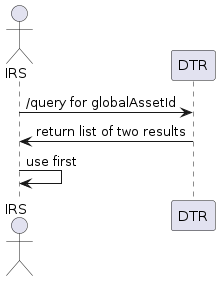
The PlantUML diagram docs/assets/arc42/arc42_041.png in catenax-ng/tx-item-relationship-service, before a commit. Source of this version:
```plantuml
@startuml
actor IRS
participant DTR

IRS -> DTR: /query for globalAssetId
DTR -> IRS: return list of two results
IRS -> IRS: use first
@enduml
```
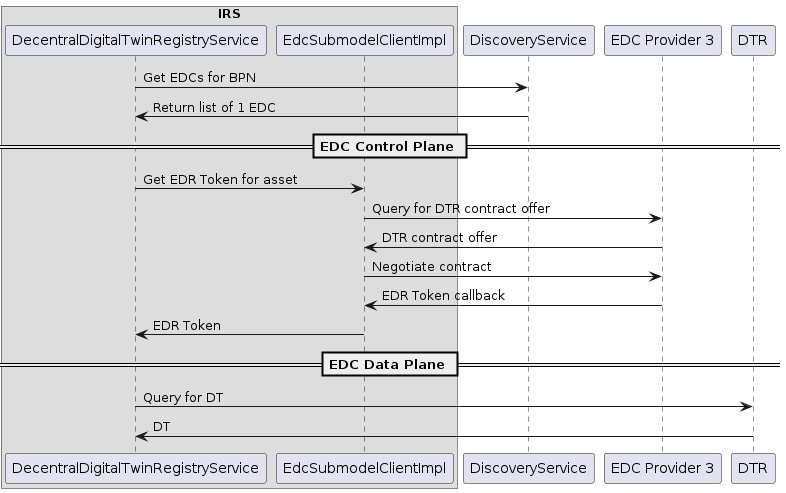
The same file after the commit.

Diff of the diagram source:
```diff
@@ -1,8 +1,30 @@
 @startuml
-actor IRS
+
+box IRS
+    participant DecentralDigitalTwinRegistryService as DTRS
+    participant EdcSubmodelClientImpl as EdcClient
+end box
+
+participant DiscoveryService
+participant "EDC Provider 3" as EDCProvider3
 participant DTR
 
-IRS -> DTR: /query for globalAssetId
-DTR -> IRS: return list of two results
-IRS -> IRS: use first
+DTRS -> DiscoveryService: Get EDCs for BPN
+DiscoveryService -> DTRS: Return list of 1 EDC
+
+==  EDC Control Plane ==
+
+DTRS -> EdcClient: Get EDR Token for asset
+EdcClient -> EDCProvider3: Query for DTR contract offer
+EDCProvider3 -> EdcClient: DTR contract offer
+EdcClient -> EDCProvider3: Negotiate contract
+
+EDCProvider3 -> EdcClient: EDR Token callback
+EdcClient -> DTRS: EDR Token
+
+==  EDC Data Plane ==
+
+DTRS -> DTR: Query for DT
+DTR -> DTRS: DT
+
 @enduml
```
